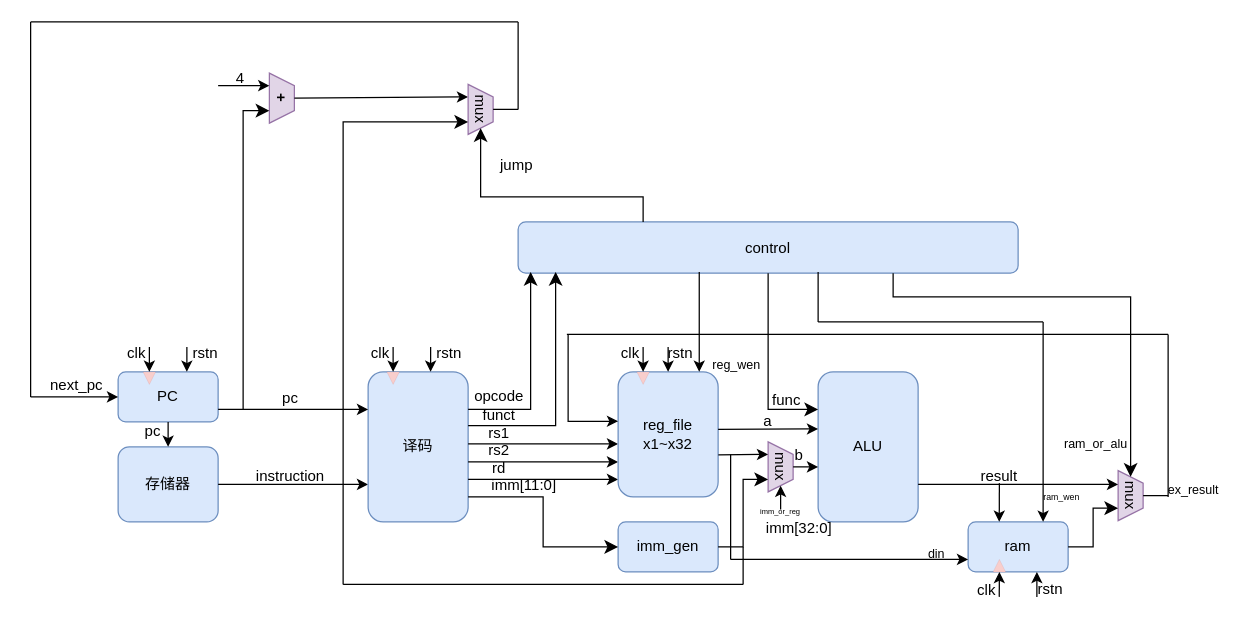
youmiwei/drawio keeps this draw.io diagram as riscv.drawio. Above is the earlier version. Source tidied: cells renumbered, new cells numbered last; positions are measured from the earlier drawing's top-left corner, leaving out a move shared by most shapes. Both pictures are drawn from the tidied source at 125%, with x=0, y=0 at pixel (30, 21).
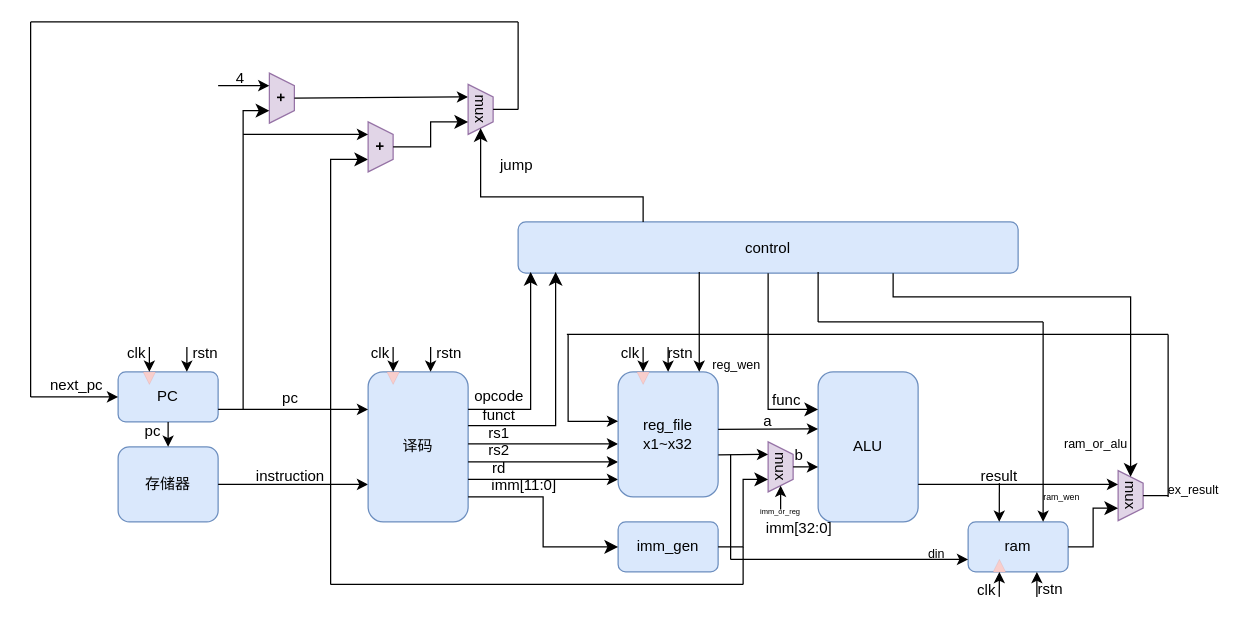
The same page after the edit.

Unchanged cells that the change refers to:
```xml
<mxCell id="56" value="mux" style="shape=trapezoid;perimeter=trapezoidPerimeter;whiteSpace=wrap;html=1;fixedSize=1;size=10;rotation=90;fillColor=#e1d5e7;strokeColor=#9673a6;align=center;" parent="1" vertex="1">
  <mxGeometry x="340" y="60" width="40" height="20" as="geometry" />
</mxCell>
```

Change to the diagram source:
```diff
@@
     <mxCell id="96" style="endArrow=none;html=1;rounded=0;" parent="1" edge="1">
       <mxGeometry relative="1" as="geometry">
-        <mxPoint x="250" y="450" as="sourcePoint" />
+        <mxPoint x="240" y="450" as="sourcePoint" />
         <mxPoint x="570" y="450" as="targetPoint" />
       </mxGeometry>
     </mxCell>
-    <mxCell id="97" style="edgeStyle=elbowEdgeStyle;elbow=horizontal;endArrow=classic;html=1;curved=0;rounded=0;endSize=8;startSize=8;entryX=0.75;entryY=1;entryDx=0;entryDy=0;" parent="1" edge="1" target="56">
+    <mxCell id="97" style="edgeStyle=elbowEdgeStyle;elbow=horizontal;endArrow=classic;html=1;curved=0;rounded=0;endSize=8;startSize=8;entryX=0.75;entryY=1;entryDx=0;entryDy=0;" parent="1" edge="1" target="99">
       <mxGeometry relative="1" as="geometry">
-        <mxPoint x="250" y="450" as="sourcePoint" />
+        <mxPoint x="240" y="450" as="sourcePoint" />
         <Array as="points">
-          <mxPoint x="250" y="400" />
+          <mxPoint x="240" y="463" />
         </Array>
       </mxGeometry>
     </mxCell>
@@
+    <mxCell id="99" value="&lt;div align=&quot;center&quot;&gt;&lt;div&gt;&lt;b&gt;+&lt;/b&gt;&lt;/div&gt;&lt;/div&gt;" style="shape=trapezoid;perimeter=trapezoidPerimeter;whiteSpace=wrap;html=1;fixedSize=1;size=10;rotation=90;fillColor=#e1d5e7;strokeColor=#9673a6;align=center;" parent="1" vertex="1">
+      <mxGeometry x="260" y="90" width="40" height="20" as="geometry" />
+    </mxCell>
+    <mxCell id="100" style="endArrow=classic;html=1;rounded=0;entryX=0.25;entryY=1;entryDx=0;entryDy=0;" parent="1" edge="1" target="99">
+      <mxGeometry relative="1" as="geometry">
+        <mxPoint x="170" y="90" as="sourcePoint" />
+      </mxGeometry>
+    </mxCell>
+    <mxCell id="101" style="edgeStyle=elbowEdgeStyle;elbow=horizontal;endArrow=classic;html=1;curved=0;rounded=0;endSize=8;startSize=8;entryX=0.75;entryY=1;entryDx=0;entryDy=0;exitX=0.5;exitY=0;exitDx=0;exitDy=0;" parent="1" edge="1" source="99" target="56">
+      <mxGeometry relative="1" as="geometry" />
+    </mxCell>
```
